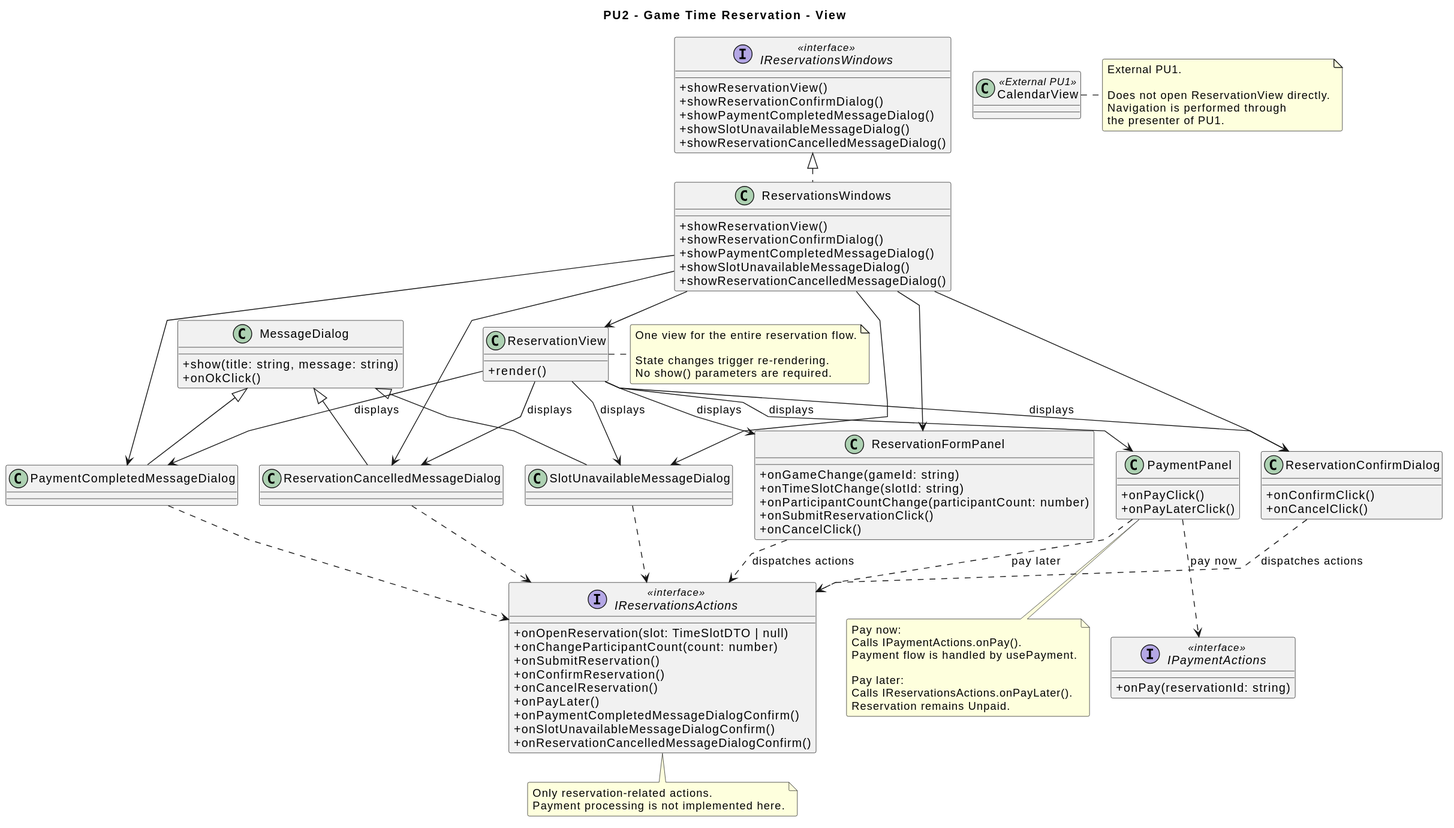
The PlantUML diagram diagrams/frontend/rendered/reservation-view.svg in Igor-Ochocki/POP-2026Z, before a commit.
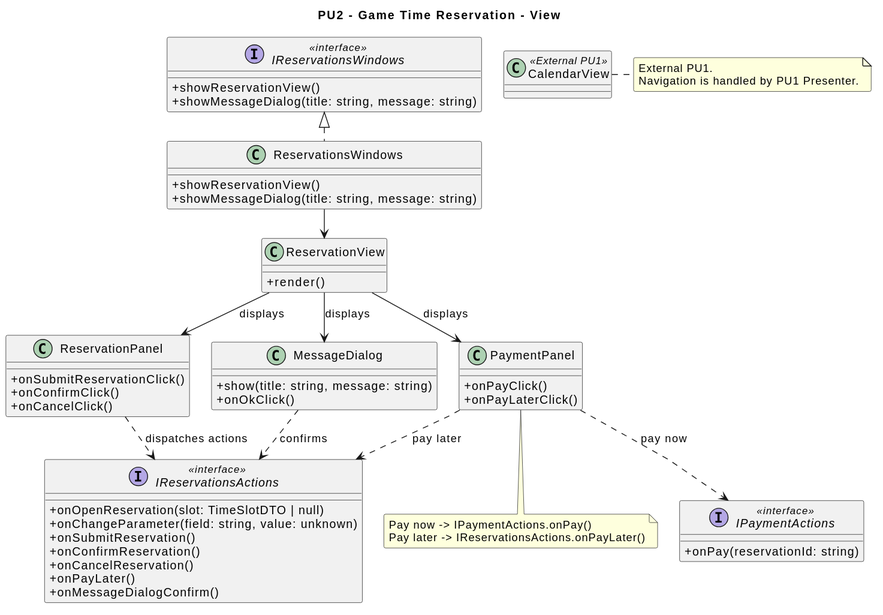
After the commit.

The edit, as a diff of the source:
```diff
@@ -15,15 +15,8 @@
     + render()
 }
 
-class ReservationFormPanel {
-    + onGameChange(gameId: string)
-    + onTimeSlotChange(slotId: string)
-    + onParticipantCountChange(participantCount: number)
+class ReservationPanel {
     + onSubmitReservationClick()
-    + onCancelClick()
-}
-
-class ReservationConfirmDialog {
     + onConfirmClick()
     + onCancelClick()
 }
@@ -38,24 +31,14 @@
     + onOkClick()
 }
 
-class PaymentCompletedMessageDialog
-class SlotUnavailableMessageDialog
-class ReservationCancelledMessageDialog
-
-PaymentCompletedMessageDialog -u-|> MessageDialog
-SlotUnavailableMessageDialog -u-|> MessageDialog
-ReservationCancelledMessageDialog -u-|> MessageDialog
-
 interface IReservationsActions <<interface>> {
     + onOpenReservation(slot: TimeSlotDTO | null)
-    + onChangeParticipantCount(count: number)
+    + onChangeParameter(field: string, value: unknown)
     + onSubmitReservation()
     + onConfirmReservation()
     + onCancelReservation()
     + onPayLater()
-    + onPaymentCompletedMessageDialogConfirm()
-    + onSlotUnavailableMessageDialogConfirm()
-    + onReservationCancelledMessageDialogConfirm()
+    + onMessageDialogConfirm()
 }
 
 interface IPaymentActions <<interface>> {
@@ -64,72 +47,34 @@
 
 interface IReservationsWindows <<interface>> {
     + showReservationView()
-    + showReservationConfirmDialog()
-    + showPaymentCompletedMessageDialog()
-    + showSlotUnavailableMessageDialog()
-    + showReservationCancelledMessageDialog()
+    + showMessageDialog(title: string, message: string)
 }
 
 class ReservationsWindows {
     + showReservationView()
-    + showReservationConfirmDialog()
-    + showPaymentCompletedMessageDialog()
-    + showSlotUnavailableMessageDialog()
-    + showReservationCancelledMessageDialog()
+    + showMessageDialog(title: string, message: string)
 }
 
 ReservationsWindows .u.|> IReservationsWindows
 
-ReservationView --> ReservationFormPanel : displays
-ReservationView --> ReservationConfirmDialog : displays
+ReservationView --> ReservationPanel : displays
 ReservationView --> PaymentPanel : displays
-ReservationView --> PaymentCompletedMessageDialog : displays
-ReservationView --> SlotUnavailableMessageDialog : displays
-ReservationView --> ReservationCancelledMessageDialog : displays
+ReservationView --> MessageDialog : displays
 
-ReservationFormPanel ..> IReservationsActions : dispatches actions
-ReservationConfirmDialog ..> IReservationsActions : dispatches actions
+ReservationPanel ..> IReservationsActions : dispatches actions
 PaymentPanel ..> IReservationsActions : pay later
 PaymentPanel ..> IPaymentActions : pay now
-
-PaymentCompletedMessageDialog ..> IReservationsActions
-SlotUnavailableMessageDialog ..> IReservationsActions
-ReservationCancelledMessageDialog ..> IReservationsActions
+MessageDialog ..> IReservationsActions : confirms
 
 ReservationsWindows --> ReservationView
-ReservationsWindows --> ReservationFormPanel
-ReservationsWindows --> ReservationConfirmDialog
-ReservationsWindows --> PaymentCompletedMessageDialog
-ReservationsWindows --> SlotUnavailableMessageDialog
-ReservationsWindows --> ReservationCancelledMessageDialog
 
 note right of CalendarView
     External PU1.
-
-    Does not open ReservationView directly.
-    Navigation is performed through
-    the presenter of PU1.
-end note
-
-note right of ReservationView
-    One view for the entire reservation flow.
-
-    State changes trigger re-rendering.
-    No show() parameters are required.
+    Navigation is handled by PU1 Presenter.
 end note
 
 note bottom of PaymentPanel
-    Pay now:
-    Calls IPaymentActions.onPay().
-    Payment flow is handled by usePayment.
-
-    Pay later:
-    Calls IReservationsActions.onPayLater().
-    Reservation remains Unpaid.
-end note
-
-note bottom of IReservationsActions
-    Only reservation-related actions.
-    Payment processing is not implemented here.
+    Pay now -> IPaymentActions.onPay()
+    Pay later -> IReservationsActions.onPayLater()
 end note
 @enduml
```
